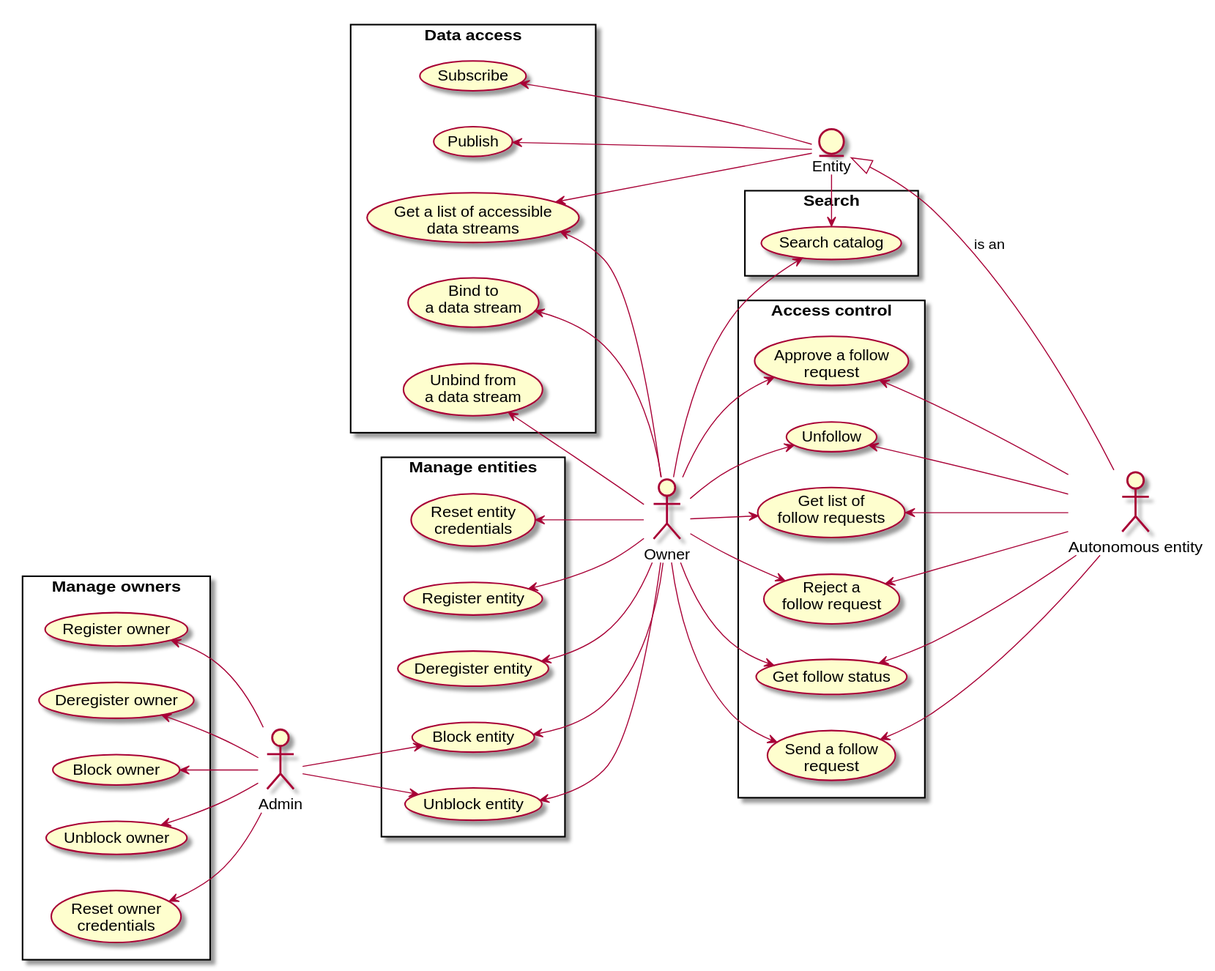
rbccps-iisc/corinthian keeps this PlantUML diagram as DOCS/uc.svg. Above is the earlier version.
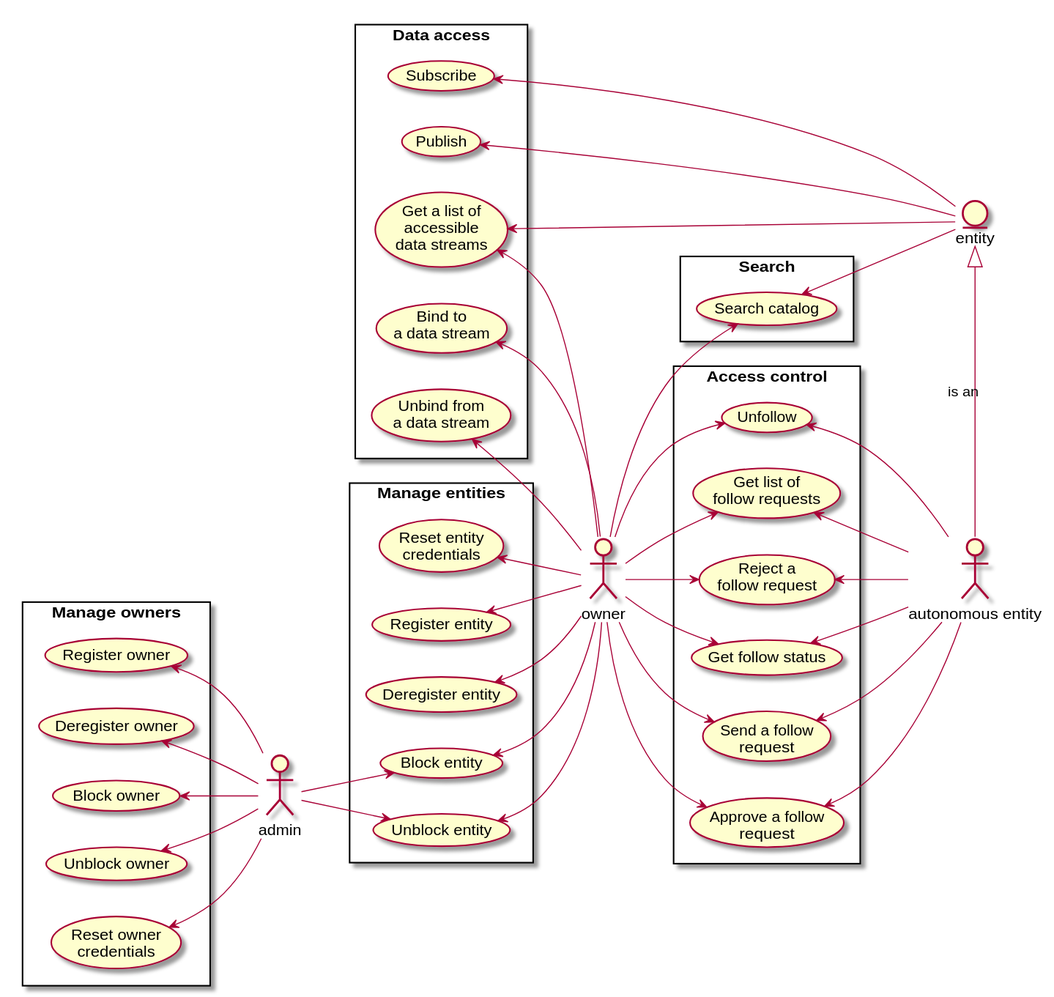
After the commit.

Commit message:
[skip travis] better figure

What changed in the source:
```diff
@@ -1,8 +1,6 @@
 @startuml
 left to right direction
 
-actor owner as "Owner"
-actor admin as "Admin"
 
 rectangle "Manage owners" {
 
@@ -15,12 +13,12 @@
 }
 
 rectangle "Manage entities" {
-
 	(Register entity)
 	(Deregister entity)
 	(Block entity)
 	(Unblock entity)
 	(Reset entity\ncredentials)
+
 }
 
 rectangle "Access control" {
@@ -40,7 +38,7 @@
 
 	(Bind to\na data stream)
 	(Unbind from\n a data stream)
-	(Get a list of accessible\ndata streams)
+	(Get a list of\naccessible\ndata streams)
 }
 
 rectangle "Search" {
@@ -58,7 +56,6 @@
 admin --> (Unblock entity)
 admin --> (Block entity)
 
-
 (Reset entity\ncredentials) <-- owner
 (Register entity) <-- owner
 (Deregister entity) <-- owner
@@ -73,7 +70,7 @@
 
 (Bind to\na data stream) <-- owner
 (Unbind from\n a data stream) <-- owner
-(Get a list of accessible\ndata streams) <-- owner
+(Get a list of\naccessible\ndata streams) <-- owner
 
 owner --> (Get list of\nfollow requests)
 owner --> (Reject a\nfollow request)
@@ -81,20 +78,20 @@
 
 owner --> (Search catalog)
 
-entity entity as "Entity"
+entity entity
 
 (Publish) <-- entity
 (Subscribe) <-- entity
-(Get a list of accessible\ndata streams) <-- entity
-(Search catalog) <- entity
+(Get a list of\naccessible\ndata streams) <-- entity
+(Search catalog) <-- entity
 
-actor "Autonomous entity" as a
-entity <|-- a : is an
+actor "autonomous entity" as a
+entity <|- a : is an
 
-(Send a follow\nrequest) <--- a
-(Approve a follow\nrequest) <--- a
-(Reject a\nfollow request) <--- a
-(Get follow status) <--- a
-(Unfollow) <--- a
-(Get list of\nfollow requests) <--- a
+(Send a follow\nrequest) <-- a
+(Approve a follow\nrequest) <-- a
+(Reject a\nfollow request) <-- a
+(Get follow status) <-- a
+(Unfollow) <-- a
+(Get list of\nfollow requests) <-- a
 @enduml
```
